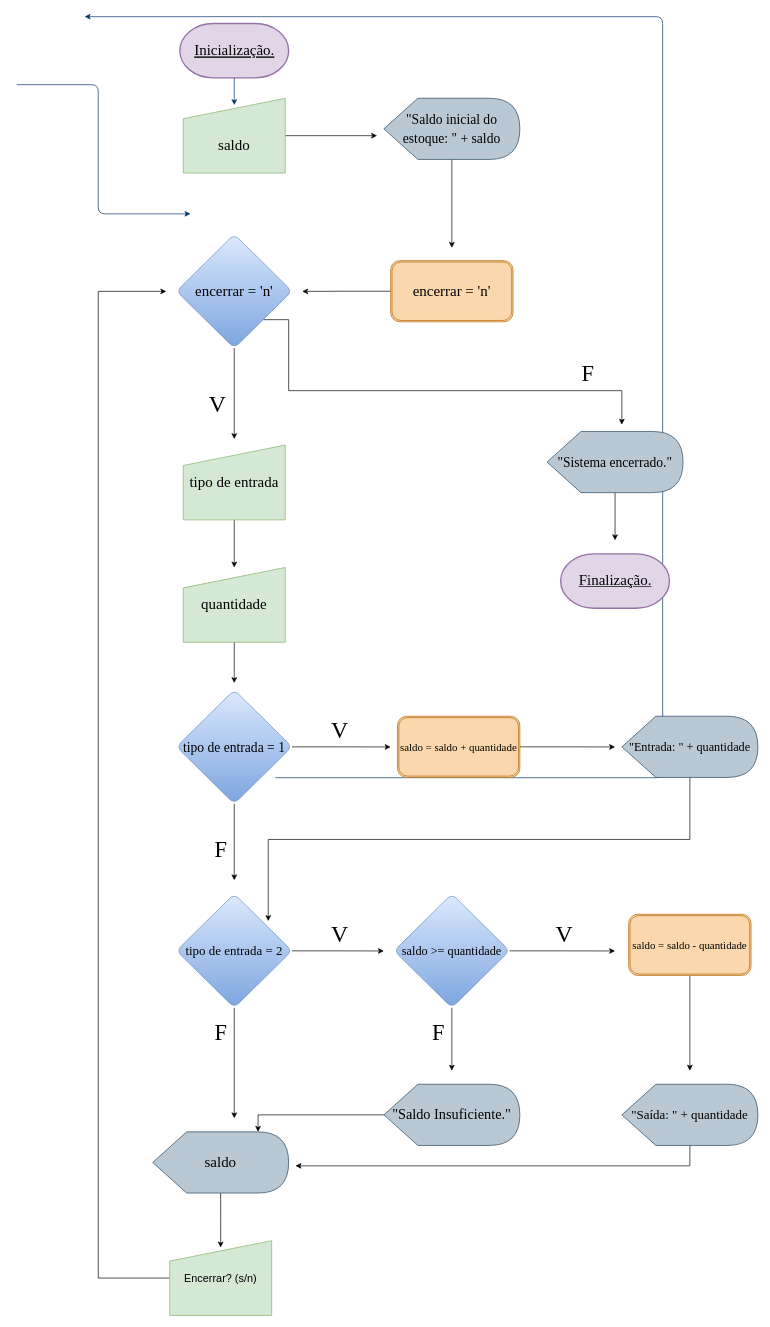
petterkrupp/OnlineRepository keeps this draw.io diagram as Untitled Diagram.drawio. Above is the earlier version. Source tidied: cells renumbered, new cells numbered last; positions are measured from the earlier drawing's top-left corner, leaving out a move shared by most shapes. Both pictures are drawn from the tidied source at 68%, with x=0, y=0 at pixel (16, 16).
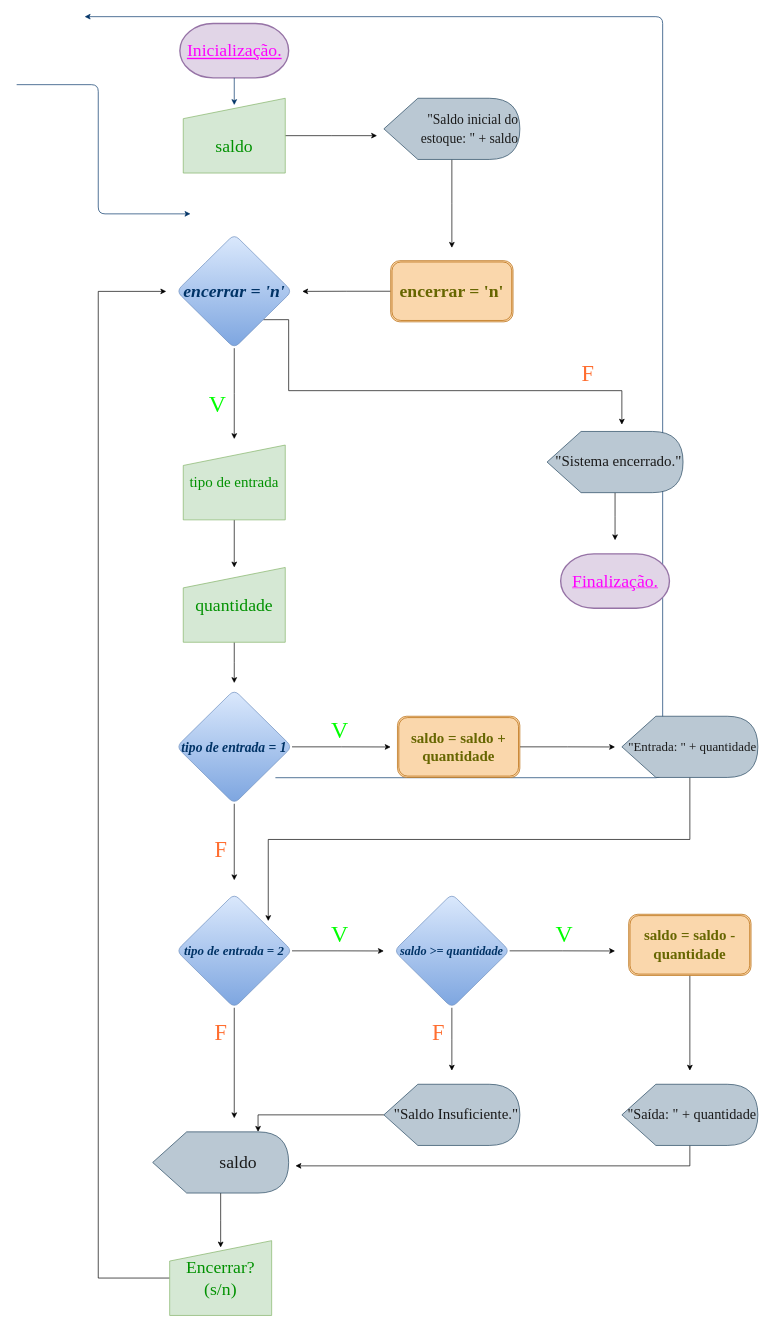
After the change.

Commit message:
controle de estoque de peças.drawio

What changed in the source:
```diff
@@
-    <mxCell id="2" value="&lt;font style=&quot;font-size: 22px;&quot;&gt;Inicialização.&lt;/font&gt;" style="shape=mxgraph.flowchart.terminator;strokeWidth=2;gradientDirection=north;fontStyle=4;html=1;fillColor=#e1d5e7;strokeColor=#9673a6;fontFamily=Times New Roman;fontSize=22;" parent="1" vertex="1">
+    <mxCell id="2" value="&lt;font style=&quot;font-size: 26px;&quot;&gt;Inicialização.&lt;/font&gt;" style="shape=mxgraph.flowchart.terminator;strokeWidth=2;gradientDirection=north;fontStyle=4;html=1;fillColor=#e1d5e7;strokeColor=#9673a6;fontFamily=Times New Roman;fontSize=22;fontColor=#FF00FF;" parent="1" vertex="1">
       <mxGeometry x="240" y="10" width="160" height="80" as="geometry" />
     </mxCell>
@@
-    <mxCell id="7" value="&lt;font style=&quot;font-size: 22px;&quot;&gt;&lt;br style=&quot;font-size: 22px;&quot;&gt;saldo&lt;/font&gt;" style="shape=manualInput;whiteSpace=wrap;html=1;fillColor=#d5e8d4;strokeColor=#82b366;fontFamily=Times New Roman;fontSize=22;" parent="1" vertex="1">
+    <mxCell id="7" value="&lt;font style=&quot;font-size: 26px;&quot;&gt;&lt;br style=&quot;font-size: 26px;&quot;&gt;saldo&lt;/font&gt;" style="shape=manualInput;whiteSpace=wrap;html=1;fillColor=#d5e8d4;strokeColor=#82b366;fontFamily=Times New Roman;fontSize=26;fontColor=#009100;" parent="1" vertex="1">
       <mxGeometry x="245" y="120" width="150" height="110" as="geometry" />
     </mxCell>
@@
-    <mxCell id="9" value="&lt;font style=&quot;font-size: 20px;&quot;&gt;&quot;Saldo inicial do estoque: &quot; + saldo&lt;/font&gt;" style="shape=display;whiteSpace=wrap;html=1;fillColor=#bac8d3;strokeColor=#23445d;fontFamily=Times New Roman;fontSize=22;" parent="1" vertex="1">
+    <mxCell id="9" value="&lt;font style=&quot;font-size: 20px;&quot;&gt;&quot;Saldo inicial do estoque: &quot; + saldo&lt;/font&gt;" style="shape=display;whiteSpace=wrap;html=1;fillColor=#bac8d3;strokeColor=#23445d;fontFamily=Times New Roman;fontSize=22;fontStyle=0;align=right;fontColor=#1A1A1A;" parent="1" vertex="1">
       <mxGeometry x="540" y="120" width="200" height="90" as="geometry" />
     </mxCell>
@@
-    <mxCell id="11" value="&lt;font style=&quot;font-size: 22px;&quot;&gt;encerrar = 'n'&lt;/font&gt;" style="shape=ext;double=1;rounded=1;whiteSpace=wrap;html=1;fillColor=#fad7ac;strokeColor=#b46504;fontFamily=Times New Roman;fontSize=22;" parent="1" vertex="1">
+    <mxCell id="11" value="&lt;font style=&quot;font-size: 26px;&quot;&gt;encerrar = 'n'&lt;/font&gt;" style="shape=ext;double=1;rounded=1;whiteSpace=wrap;html=1;fillColor=#fad7ac;strokeColor=#b46504;fontFamily=Times New Roman;fontSize=26;fontStyle=1;fontColor=#666600;" parent="1" vertex="1">
       <mxGeometry x="550" y="358.8" width="180" height="90" as="geometry" />
     </mxCell>
@@
-    <mxCell id="14" value="&lt;font style=&quot;font-size: 22px;&quot;&gt;encerrar = 'n'&lt;/font&gt;" style="rhombus;whiteSpace=wrap;html=1;rounded=1;fillColor=#dae8fc;strokeColor=#6c8ebf;gradientColor=#7ea6e0;fontFamily=Times New Roman;" parent="1" vertex="1">
+    <mxCell id="14" value="&lt;font color=&quot;#003366&quot; style=&quot;font-size: 26px;&quot;&gt;encerrar = 'n'&lt;/font&gt;" style="rhombus;whiteSpace=wrap;html=1;rounded=1;fillColor=#dae8fc;strokeColor=#6c8ebf;gradientColor=#7ea6e0;fontFamily=Times New Roman;fontStyle=3;fontSize=26;" parent="1" vertex="1">
       <mxGeometry x="235" y="320" width="170" height="167.5" as="geometry" />
     </mxCell>
@@
-    <mxCell id="16" value="&lt;font style=&quot;font-size: 22px;&quot;&gt;tipo de entrada&lt;/font&gt;" style="shape=manualInput;whiteSpace=wrap;html=1;fillColor=#d5e8d4;strokeColor=#82b366;fontFamily=Times New Roman;" parent="1" vertex="1">
+    <mxCell id="16" value="&lt;font color=&quot;#009100&quot; style=&quot;font-size: 22px;&quot;&gt;tipo de entrada&lt;/font&gt;" style="shape=manualInput;whiteSpace=wrap;html=1;fillColor=#d5e8d4;strokeColor=#82b366;fontFamily=Times New Roman;fontColor=#00CC00;fontStyle=0;" parent="1" vertex="1">
       <mxGeometry x="245" y="630" width="150" height="110" as="geometry" />
     </mxCell>
@@
-    <mxCell id="18" value="&lt;font style=&quot;font-size: 22px;&quot;&gt;quantidade&lt;/font&gt;" style="shape=manualInput;whiteSpace=wrap;html=1;fillColor=#d5e8d4;strokeColor=#82b366;fontFamily=Times New Roman;" parent="1" vertex="1">
+    <mxCell id="18" value="&lt;font style=&quot;font-size: 26px;&quot;&gt;quantidade&lt;/font&gt;" style="shape=manualInput;whiteSpace=wrap;html=1;fillColor=#d5e8d4;strokeColor=#82b366;fontFamily=Times New Roman;fontSize=26;fontColor=#009100;" parent="1" vertex="1">
       <mxGeometry x="245" y="810" width="150" height="110" as="geometry" />
     </mxCell>
@@
-    <mxCell id="21" value="&lt;font style=&quot;font-size: 20px;&quot;&gt;tipo de entrada = 1&lt;/font&gt;" style="rhombus;whiteSpace=wrap;html=1;rounded=1;fillColor=#dae8fc;gradientColor=#7ea6e0;strokeColor=#6c8ebf;fontFamily=Times New Roman;" parent="1" vertex="1">
+    <mxCell id="21" value="&lt;font style=&quot;font-size: 20px;&quot;&gt;tipo de entrada = 1&lt;/font&gt;" style="rhombus;whiteSpace=wrap;html=1;rounded=1;fillColor=#dae8fc;gradientColor=#7ea6e0;strokeColor=#6c8ebf;fontFamily=Times New Roman;fontStyle=3;fontColor=#003366;" parent="1" vertex="1">
       <mxGeometry x="235" y="990" width="170" height="167.5" as="geometry" />
     </mxCell>
@@
-    <mxCell id="23" value="&lt;font style=&quot;&quot;&gt;&lt;font style=&quot;font-size: 16px;&quot;&gt;saldo = saldo + quantidade&lt;/font&gt;&lt;br&gt;&lt;/font&gt;" style="shape=ext;double=1;rounded=1;whiteSpace=wrap;html=1;fillColor=#fad7ac;strokeColor=#b46504;fontFamily=Times New Roman;" parent="1" vertex="1">
+    <mxCell id="23" value="&lt;font style=&quot;font-size: 22px;&quot;&gt;&lt;font style=&quot;font-size: 22px;&quot;&gt;saldo = saldo + quantidade&lt;/font&gt;&lt;br style=&quot;font-size: 22px;&quot;&gt;&lt;/font&gt;" style="shape=ext;double=1;rounded=1;whiteSpace=wrap;html=1;fillColor=#fad7ac;strokeColor=#b46504;fontFamily=Times New Roman;fontStyle=1;align=center;horizontal=1;verticalAlign=middle;fontColor=#666600;fontSize=22;" parent="1" vertex="1">
       <mxGeometry x="560" y="1028.8" width="180" height="90" as="geometry" />
     </mxCell>
@@
-    <mxCell id="25" value="&lt;font style=&quot;font-size: 18px;&quot;&gt;&quot;Entrada: &quot; + quantidade&lt;/font&gt;" style="shape=display;whiteSpace=wrap;html=1;fillColor=#bac8d3;strokeColor=#23445d;fontFamily=Times New Roman;" parent="1" vertex="1">
+    <mxCell id="25" value="&lt;font style=&quot;font-size: 19px;&quot;&gt;&quot;Entrada: &quot; + quantidade&lt;/font&gt;" style="shape=display;whiteSpace=wrap;html=1;fillColor=#bac8d3;strokeColor=#23445d;fontFamily=Times New Roman;align=right;fontColor=#1A1A1A;fontSize=19;" parent="1" vertex="1">
       <mxGeometry x="890" y="1028.8" width="200" height="90" as="geometry" />
     </mxCell>
-    <mxCell id="26" value="&lt;font style=&quot;font-size: 35px;&quot;&gt;V&lt;/font&gt;" style="text;html=1;align=center;verticalAlign=middle;strokeColor=none;fillColor=none;fontFamily=Times New Roman;" parent="1" vertex="1">
+    <mxCell id="26" value="&lt;font style=&quot;font-size: 35px;&quot;&gt;V&lt;/font&gt;" style="text;html=1;align=center;verticalAlign=middle;strokeColor=none;fillColor=none;fontFamily=Times New Roman;fontColor=#00FF00;" parent="1" vertex="1">
       <mxGeometry x="270" y="540" width="50" height="60" as="geometry" />
     </mxCell>
-    <mxCell id="27" value="&lt;font style=&quot;font-size: 33px;&quot;&gt;F&lt;/font&gt;" style="text;html=1;align=center;verticalAlign=middle;strokeColor=none;fillColor=none;fontFamily=Times New Roman;" parent="1" vertex="1">
+    <mxCell id="27" value="&lt;font style=&quot;font-size: 33px;&quot;&gt;F&lt;/font&gt;" style="text;html=1;align=center;verticalAlign=middle;strokeColor=none;fillColor=none;fontFamily=Times New Roman;fontColor=#FF6E30;" parent="1" vertex="1">
       <mxGeometry x="820" y="500" width="40" height="50" as="geometry" />
     </mxCell>
@@
-    <mxCell id="30" value="&lt;font style=&quot;font-size: 19px;&quot;&gt;tipo de entrada = 2&lt;/font&gt;" style="rhombus;whiteSpace=wrap;html=1;rounded=1;fillColor=#dae8fc;gradientColor=#7ea6e0;strokeColor=#6c8ebf;fontFamily=Times New Roman;" parent="1" vertex="1">
+    <mxCell id="30" value="&lt;font style=&quot;font-size: 19px;&quot;&gt;tipo de entrada = 2&lt;/font&gt;" style="rhombus;whiteSpace=wrap;html=1;rounded=1;fillColor=#dae8fc;gradientColor=#7ea6e0;strokeColor=#6c8ebf;fontFamily=Times New Roman;fontStyle=3;fontColor=#003366;" parent="1" vertex="1">
       <mxGeometry x="235" y="1290" width="170" height="167.5" as="geometry" />
     </mxCell>
-    <mxCell id="31" value="&lt;font style=&quot;font-size: 35px;&quot;&gt;V&lt;/font&gt;" style="text;html=1;align=center;verticalAlign=middle;strokeColor=none;fillColor=none;fontFamily=Times New Roman;" parent="1" vertex="1">
+    <mxCell id="31" value="&lt;font style=&quot;font-size: 35px;&quot;&gt;V&lt;/font&gt;" style="text;html=1;align=center;verticalAlign=middle;strokeColor=none;fillColor=none;fontFamily=Times New Roman;fontColor=#00FF00;" parent="1" vertex="1">
       <mxGeometry x="450" y="1020" width="50" height="60" as="geometry" />
     </mxCell>
-    <mxCell id="32" value="&lt;font style=&quot;font-size: 33px;&quot;&gt;F&lt;/font&gt;" style="text;html=1;align=center;verticalAlign=middle;strokeColor=none;fillColor=none;fontFamily=Times New Roman;" parent="1" vertex="1">
+    <mxCell id="32" value="&lt;font style=&quot;font-size: 33px;&quot;&gt;F&lt;/font&gt;" style="text;html=1;align=center;verticalAlign=middle;strokeColor=none;fillColor=none;fontFamily=Times New Roman;fontColor=#FF6E30;" parent="1" vertex="1">
       <mxGeometry x="280" y="1200" width="40" height="50" as="geometry" />
     </mxCell>
-    <mxCell id="33" value="&lt;font style=&quot;font-size: 22px;&quot;&gt;Finalização.&lt;/font&gt;" style="shape=mxgraph.flowchart.terminator;strokeWidth=2;gradientDirection=north;fontStyle=4;html=1;fillColor=#e1d5e7;strokeColor=#9673a6;fontFamily=Times New Roman;" parent="1" vertex="1">
+    <mxCell id="33" value="&lt;font style=&quot;font-size: 26px;&quot;&gt;Finalização.&lt;/font&gt;" style="shape=mxgraph.flowchart.terminator;strokeWidth=2;gradientDirection=north;fontStyle=4;html=1;fillColor=#e1d5e7;strokeColor=#9673a6;fontFamily=Times New Roman;fontColor=#FF00FF;" parent="1" vertex="1">
       <mxGeometry x="800" y="790" width="160" height="80" as="geometry" />
     </mxCell>
@@
-    <mxCell id="36" value="&lt;font style=&quot;font-size: 18px;&quot;&gt;saldo &amp;gt;= quantidade&lt;/font&gt;" style="rhombus;whiteSpace=wrap;html=1;rounded=1;fillColor=#dae8fc;gradientColor=#7ea6e0;strokeColor=#6c8ebf;fontFamily=Times New Roman;" parent="1" vertex="1">
+    <mxCell id="36" value="&lt;font style=&quot;font-size: 18px;&quot;&gt;saldo &amp;gt;= quantidade&lt;/font&gt;" style="rhombus;whiteSpace=wrap;html=1;rounded=1;fillColor=#dae8fc;gradientColor=#7ea6e0;strokeColor=#6c8ebf;fontFamily=Times New Roman;fontStyle=3;fontColor=#003366;" parent="1" vertex="1">
       <mxGeometry x="555" y="1290" width="170" height="167.5" as="geometry" />
     </mxCell>
@@
-    <mxCell id="38" value="&lt;font style=&quot;&quot;&gt;&lt;font style=&quot;font-size: 16px;&quot;&gt;saldo = saldo - quantidade&lt;/font&gt;&lt;br&gt;&lt;/font&gt;" style="shape=ext;double=1;rounded=1;whiteSpace=wrap;html=1;fillColor=#fad7ac;strokeColor=#b46504;fontFamily=Times New Roman;" parent="1" vertex="1">
+    <mxCell id="38" value="&lt;font style=&quot;font-size: 22px;&quot;&gt;&lt;font style=&quot;font-size: 22px;&quot;&gt;saldo = saldo - quantidade&lt;/font&gt;&lt;br style=&quot;font-size: 22px;&quot;&gt;&lt;/font&gt;" style="shape=ext;double=1;rounded=1;whiteSpace=wrap;html=1;fillColor=#fad7ac;strokeColor=#b46504;fontFamily=Times New Roman;fontStyle=1;fontColor=#666600;fontSize=22;" parent="1" vertex="1">
       <mxGeometry x="900" y="1320" width="180" height="90" as="geometry" />
     </mxCell>
@@
-    <mxCell id="40" value="&lt;font style=&quot;font-size: 19px;&quot;&gt;&quot;Saída: &quot; + quantidade&lt;/font&gt;" style="shape=display;whiteSpace=wrap;html=1;fillColor=#bac8d3;strokeColor=#23445d;fontFamily=Times New Roman;" parent="1" vertex="1">
+    <mxCell id="40" value="&lt;font style=&quot;font-size: 21px;&quot;&gt;&quot;Saída: &quot; + quantidade&lt;/font&gt;" style="shape=display;whiteSpace=wrap;html=1;fillColor=#bac8d3;strokeColor=#23445d;fontFamily=Times New Roman;align=right;fontColor=#1A1A1A;" parent="1" vertex="1">
       <mxGeometry x="890" y="1570" width="200" height="90" as="geometry" />
     </mxCell>
@@
-    <mxCell id="42" value="&lt;font style=&quot;font-size: 21px;&quot;&gt;&quot;Saldo Insuficiente.&quot;&lt;/font&gt;" style="shape=display;whiteSpace=wrap;html=1;fillColor=#bac8d3;strokeColor=#23445d;fontFamily=Times New Roman;" parent="1" vertex="1">
+    <mxCell id="42" value="&lt;font style=&quot;font-size: 22px;&quot;&gt;&quot;Saldo Insuficiente.&quot;&lt;/font&gt;" style="shape=display;whiteSpace=wrap;html=1;fillColor=#bac8d3;strokeColor=#23445d;fontFamily=Times New Roman;align=right;fontColor=#1A1A1A;" parent="1" vertex="1">
       <mxGeometry x="540" y="1570" width="200" height="90" as="geometry" />
     </mxCell>
-    <mxCell id="43" value="&lt;font style=&quot;font-size: 35px;&quot;&gt;V&lt;/font&gt;" style="text;html=1;align=center;verticalAlign=middle;strokeColor=none;fillColor=none;fontFamily=Times New Roman;" parent="1" vertex="1">
+    <mxCell id="43" value="&lt;font style=&quot;font-size: 35px;&quot;&gt;V&lt;/font&gt;" style="text;html=1;align=center;verticalAlign=middle;strokeColor=none;fillColor=none;fontFamily=Times New Roman;fontColor=#00FF00;" parent="1" vertex="1">
       <mxGeometry x="450" y="1320" width="50" height="60" as="geometry" />
     </mxCell>
-    <mxCell id="44" value="&lt;font style=&quot;font-size: 35px;&quot;&gt;V&lt;/font&gt;" style="text;html=1;align=center;verticalAlign=middle;strokeColor=none;fillColor=none;fontFamily=Times New Roman;" parent="1" vertex="1">
+    <mxCell id="44" value="&lt;font style=&quot;font-size: 35px;&quot;&gt;V&lt;/font&gt;" style="text;html=1;align=center;verticalAlign=middle;strokeColor=none;fillColor=none;fontFamily=Times New Roman;fontColor=#00FF00;" parent="1" vertex="1">
       <mxGeometry x="780" y="1320" width="50" height="60" as="geometry" />
     </mxCell>
-    <mxCell id="45" value="&lt;font style=&quot;font-size: 33px;&quot;&gt;F&lt;/font&gt;" style="text;html=1;align=center;verticalAlign=middle;strokeColor=none;fillColor=none;fontFamily=Times New Roman;" parent="1" vertex="1">
+    <mxCell id="45" value="&lt;font style=&quot;font-size: 33px;&quot;&gt;F&lt;/font&gt;" style="text;html=1;align=center;verticalAlign=middle;strokeColor=none;fillColor=none;fontFamily=Times New Roman;fontColor=#FF6E30;" parent="1" vertex="1">
       <mxGeometry x="600" y="1470" width="40" height="50" as="geometry" />
     </mxCell>
-    <mxCell id="46" value="&lt;font style=&quot;font-size: 33px;&quot;&gt;F&lt;/font&gt;" style="text;html=1;align=center;verticalAlign=middle;strokeColor=none;fillColor=none;fontFamily=Times New Roman;" parent="1" vertex="1">
+    <mxCell id="46" value="&lt;font style=&quot;font-size: 33px;&quot;&gt;F&lt;/font&gt;" style="text;html=1;align=center;verticalAlign=middle;strokeColor=none;fillColor=none;fontFamily=Times New Roman;fontColor=#FF6E30;" parent="1" vertex="1">
       <mxGeometry x="280" y="1470" width="40" height="50" as="geometry" />
     </mxCell>
@@
-    <mxCell id="48" value="&lt;font style=&quot;font-size: 22px;&quot;&gt;saldo&lt;/font&gt;" style="shape=display;whiteSpace=wrap;html=1;fillColor=#bac8d3;strokeColor=#23445d;fontFamily=Times New Roman;" parent="1" vertex="1">
+    <mxCell id="48" value="&lt;font style=&quot;font-size: 26px;&quot;&gt;&lt;span style=&quot;white-space: pre; font-size: 26px;&quot;&gt;&#9;&lt;/span&gt;saldo&lt;/font&gt;" style="shape=display;whiteSpace=wrap;html=1;fillColor=#bac8d3;strokeColor=#23445d;fontFamily=Times New Roman;align=center;fontColor=#1A1A1A;fontSize=26;" parent="1" vertex="1">
       <mxGeometry x="200" y="1640" width="200" height="90" as="geometry" />
     </mxCell>
@@
-    <mxCell id="50" value="&lt;font style=&quot;font-size: 16px;&quot;&gt;Encerrar? (s/n)&lt;/font&gt;" style="shape=manualInput;whiteSpace=wrap;html=1;fillColor=#d5e8d4;strokeColor=#82b366;" parent="1" vertex="1">
+    <mxCell id="50" value="&lt;font style=&quot;font-size: 26px;&quot;&gt;Encerrar?(s/n)&lt;/font&gt;" style="shape=manualInput;whiteSpace=wrap;html=1;fillColor=#d5e8d4;strokeColor=#82b366;fontFamily=Times New Roman;fontSize=26;fontColor=#009100;" parent="1" vertex="1">
       <mxGeometry x="225" y="1800" width="150" height="110" as="geometry" />
     </mxCell>
@@
-    <mxCell id="52" value="&lt;font style=&quot;font-size: 20px;&quot;&gt;&quot;Sistema encerrado.&quot;&lt;/font&gt;" style="shape=display;whiteSpace=wrap;html=1;fillColor=#bac8d3;strokeColor=#23445d;fontFamily=Times New Roman;" parent="1" vertex="1">
+    <mxCell id="52" value="&lt;font style=&quot;font-size: 22px;&quot;&gt;&quot;Sistema encerrado.&quot;&lt;/font&gt;" style="shape=display;whiteSpace=wrap;html=1;fillColor=#bac8d3;strokeColor=#23445d;fontFamily=Times New Roman;align=right;fontColor=#1A1A1A;fontSize=22;" parent="1" vertex="1">
       <mxGeometry x="780" y="610" width="200" height="90" as="geometry" />
     </mxCell>
```
